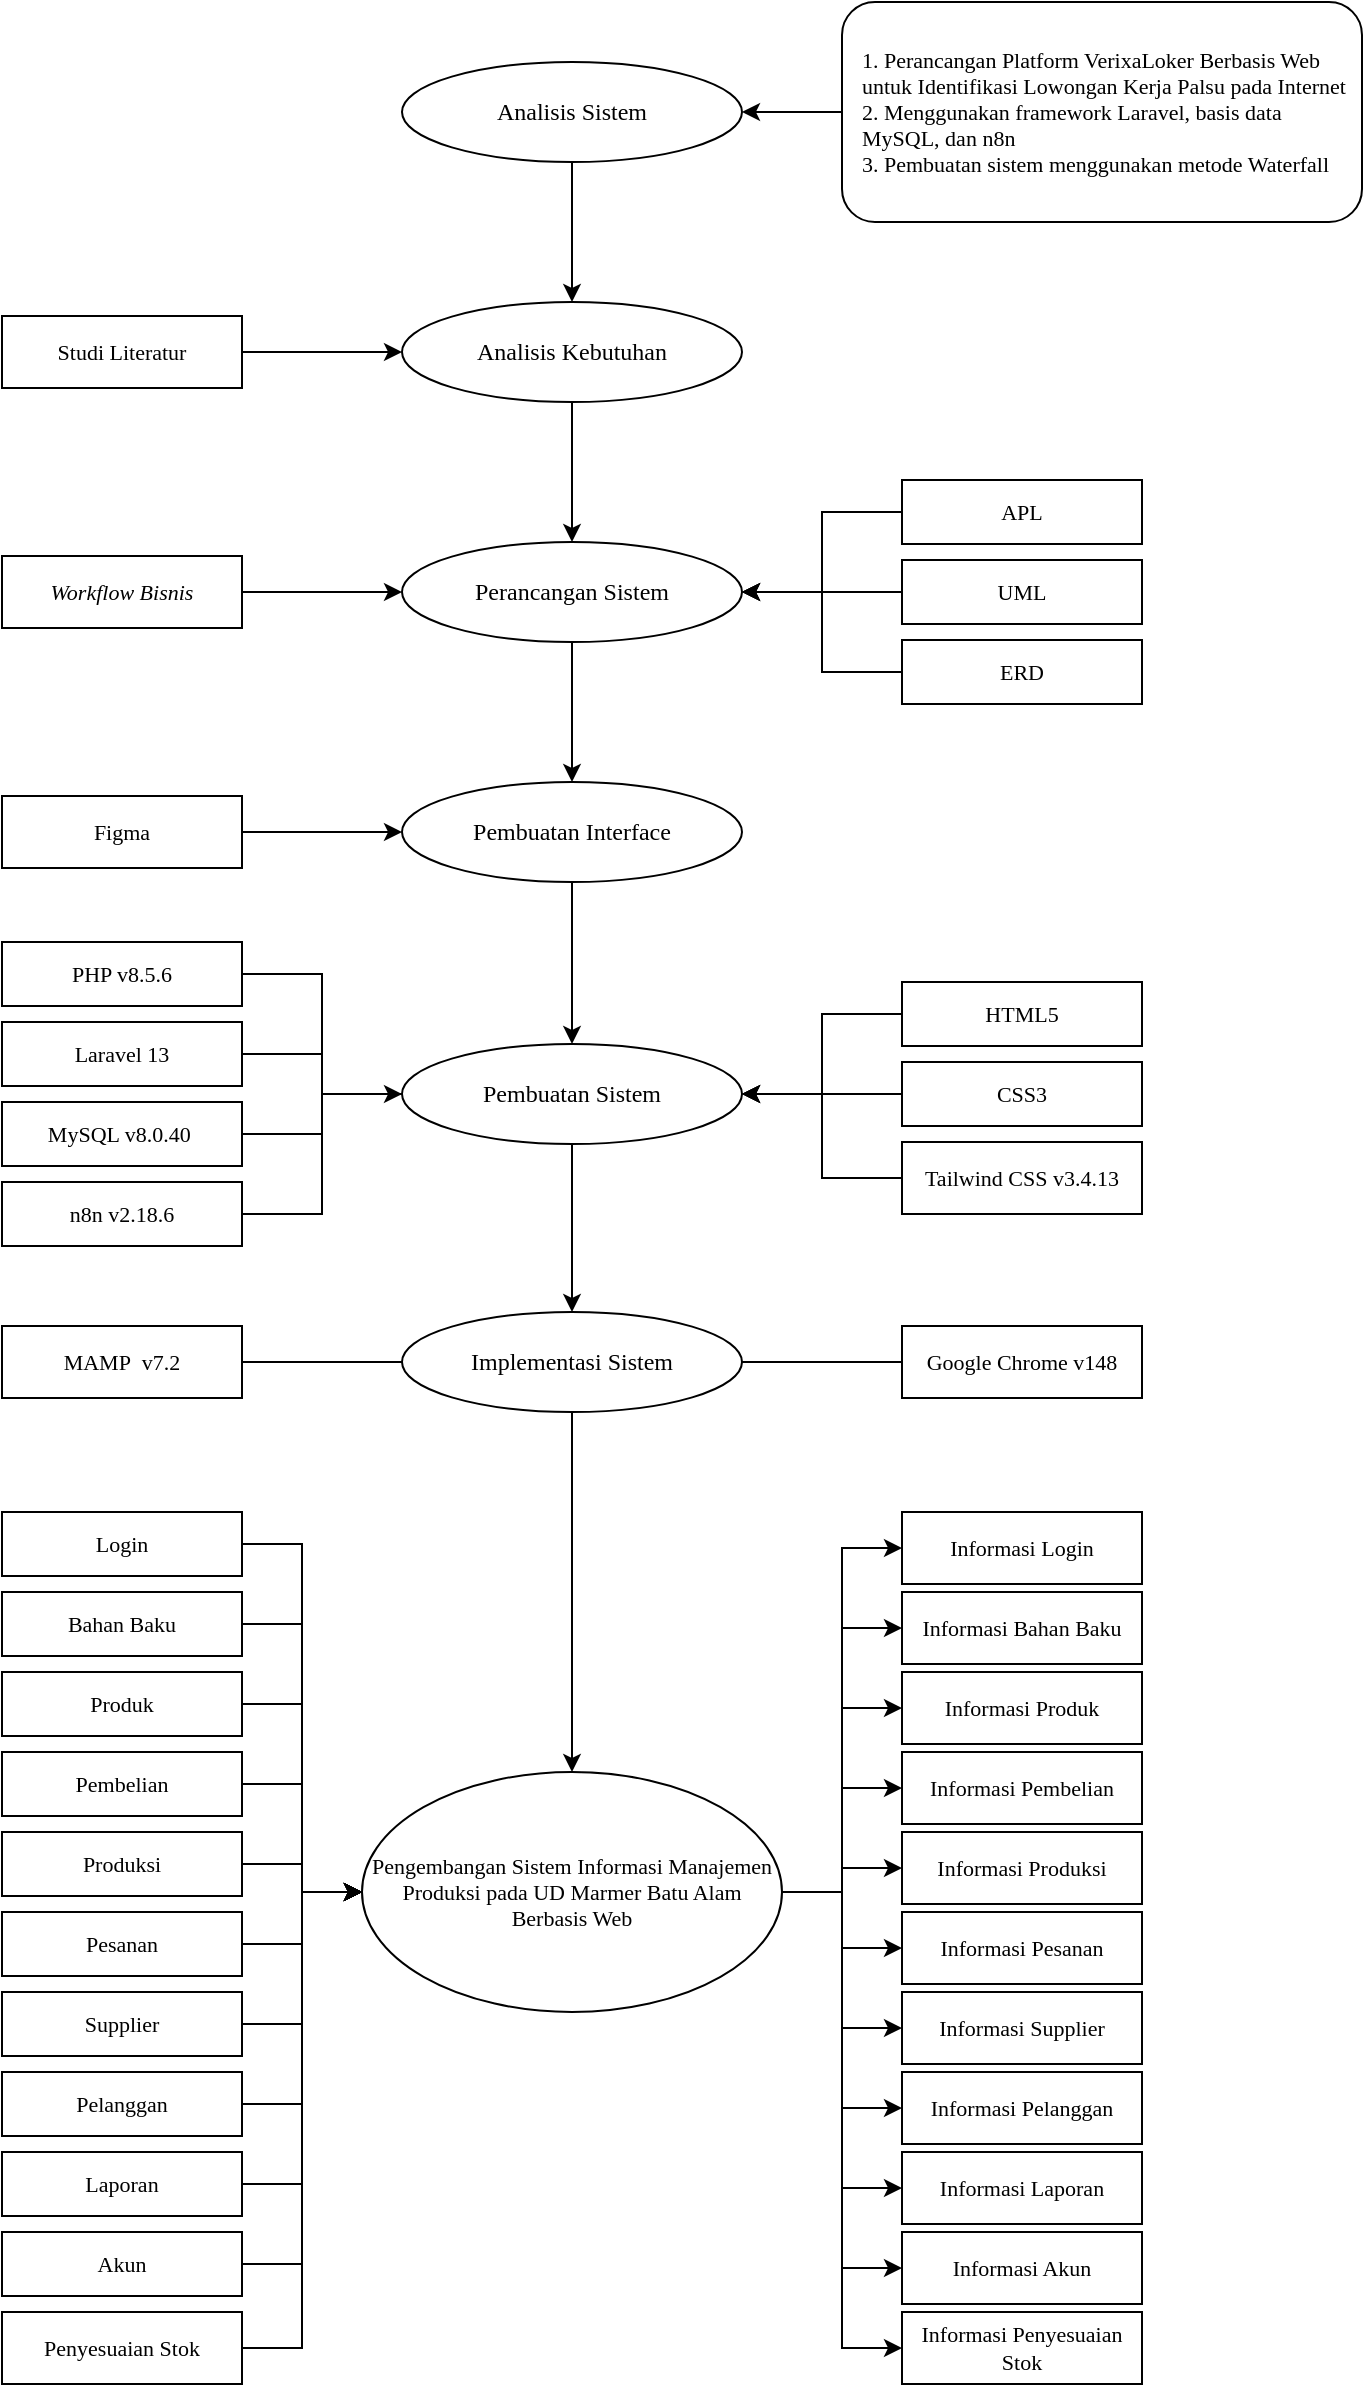
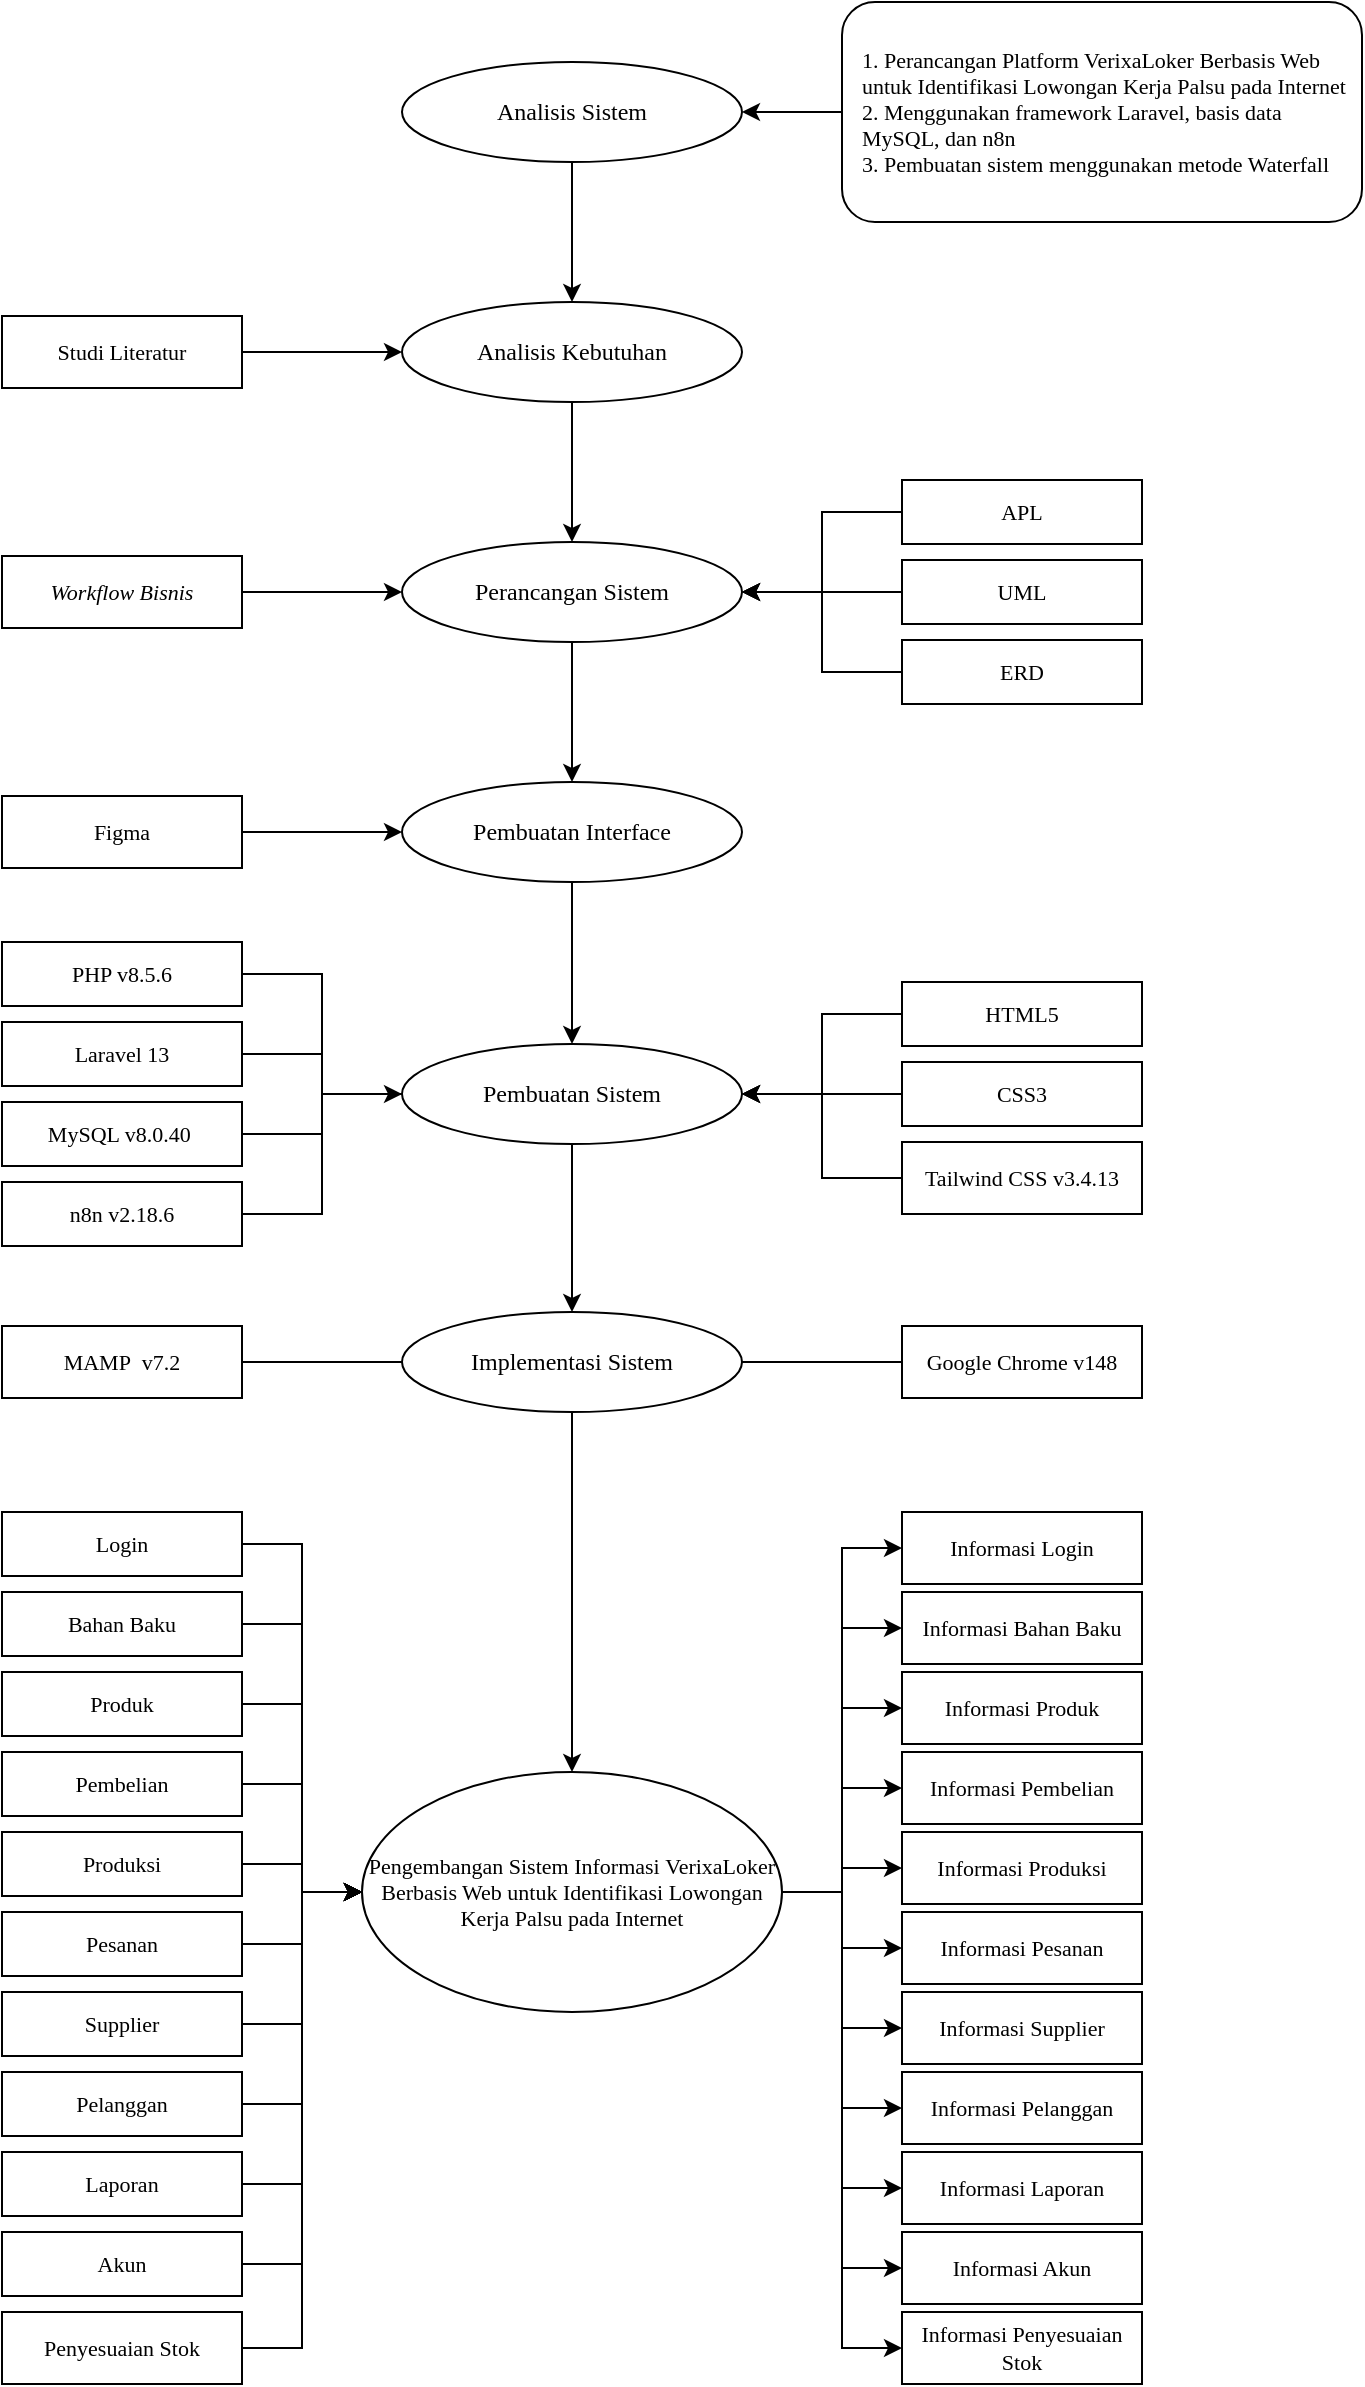
<mxfile host="app.diagrams.net">
  <diagram name="Page-1" id="yfmV3Sks-nrF4BvnnPUG">
    <mxGraphModel dx="876" dy="478" grid="1" gridSize="10" guides="1" tooltips="1" connect="1" arrows="1" fold="1" page="1" pageScale="1" pageWidth="827" pageHeight="1169" math="0" shadow="0">
      <root>
        <mxCell id="0" />
        <mxCell id="1" parent="0" />
        <mxCell id="fTyH0j3n_jQUCsVNDcWE-1" parent="1" style="ellipse;whiteSpace=wrap;html=1;fillColor=#ffffff;strokeColor=#000000;fontFamily=Times New Roman;fontSize=12;" value="Analisis Sistem" vertex="1">
          <mxGeometry height="50" width="170" x="580" y="110" as="geometry" />
        </mxCell>
        <mxCell id="fTyH0j3n_jQUCsVNDcWE-2" parent="1" style="ellipse;whiteSpace=wrap;html=1;fillColor=#ffffff;strokeColor=#000000;fontFamily=Times New Roman;fontSize=12;" value="Analisis Kebutuhan" vertex="1">
          <mxGeometry height="50" width="170" x="580" y="230" as="geometry" />
        </mxCell>
        <mxCell id="fTyH0j3n_jQUCsVNDcWE-3" parent="1" style="ellipse;whiteSpace=wrap;html=1;fillColor=#ffffff;strokeColor=#000000;fontFamily=Times New Roman;fontSize=12;" value="Perancangan Sistem" vertex="1">
          <mxGeometry height="50" width="170" x="580" y="350" as="geometry" />
        </mxCell>
        <mxCell id="fTyH0j3n_jQUCsVNDcWE-4" parent="1" style="ellipse;whiteSpace=wrap;html=1;fillColor=#ffffff;strokeColor=#000000;fontFamily=Times New Roman;fontSize=12;" value="Pembuatan Interface" vertex="1">
          <mxGeometry height="50" width="170" x="580" y="470" as="geometry" />
        </mxCell>
        <mxCell id="fTyH0j3n_jQUCsVNDcWE-5" parent="1" style="ellipse;whiteSpace=wrap;html=1;fillColor=#ffffff;strokeColor=#000000;fontFamily=Times New Roman;fontSize=12;" value="Pembuatan Sistem" vertex="1">
          <mxGeometry height="50" width="170" x="580" y="601" as="geometry" />
        </mxCell>
        <mxCell id="fTyH0j3n_jQUCsVNDcWE-6" parent="1" style="ellipse;whiteSpace=wrap;html=1;fillColor=#ffffff;strokeColor=#000000;fontFamily=Times New Roman;fontSize=12;" value="Implementasi Sistem" vertex="1">
          <mxGeometry height="50" width="170" x="580" y="735" as="geometry" />
        </mxCell>
-         <mxCell id="fTyH0j3n_jQUCsVNDcWE-7" parent="1" style="ellipse;whiteSpace=wrap;html=1;fillColor=#ffffff;strokeColor=#000000;fontFamily=Times New Roman;fontSize=11;" value="Pengembangan Sistem Informasi Manajemen Produksi pada UD Marmer Batu Alam Berbasis Web" vertex="1">
+         <mxCell id="fTyH0j3n_jQUCsVNDcWE-7" parent="1" style="ellipse;whiteSpace=wrap;html=1;fillColor=#ffffff;strokeColor=#000000;fontFamily=Times New Roman;fontSize=11;" value="Pengembangan Sistem Informasi&amp;nbsp;VerixaLoker Berbasis Web untuk Identifikasi Lowongan Kerja Palsu pada Internet" vertex="1">
          <mxGeometry height="120" width="210" x="560" y="965" as="geometry" />
        </mxCell>
        <mxCell id="fTyH0j3n_jQUCsVNDcWE-8" edge="1" parent="1" source="fTyH0j3n_jQUCsVNDcWE-1" style="endArrow=classic;html=1;rounded=0;exitX=0.5;exitY=1;entryX=0.5;entryY=0;" target="fTyH0j3n_jQUCsVNDcWE-2">
          <mxGeometry relative="1" as="geometry" />
        </mxCell>
        <mxCell id="fTyH0j3n_jQUCsVNDcWE-9" edge="1" parent="1" source="fTyH0j3n_jQUCsVNDcWE-2" style="endArrow=classic;html=1;rounded=0;exitX=0.5;exitY=1;entryX=0.5;entryY=0;" target="fTyH0j3n_jQUCsVNDcWE-3">
          <mxGeometry relative="1" as="geometry" />
        </mxCell>
        <mxCell id="fTyH0j3n_jQUCsVNDcWE-10" edge="1" parent="1" source="fTyH0j3n_jQUCsVNDcWE-3" style="endArrow=classic;html=1;rounded=0;exitX=0.5;exitY=1;entryX=0.5;entryY=0;" target="fTyH0j3n_jQUCsVNDcWE-4">
          <mxGeometry relative="1" as="geometry" />
        </mxCell>
        <mxCell id="fTyH0j3n_jQUCsVNDcWE-11" edge="1" parent="1" source="fTyH0j3n_jQUCsVNDcWE-4" style="endArrow=classic;html=1;rounded=0;exitX=0.5;exitY=1;entryX=0.5;entryY=0;" target="fTyH0j3n_jQUCsVNDcWE-5">
          <mxGeometry relative="1" as="geometry" />
        </mxCell>
        <mxCell id="fTyH0j3n_jQUCsVNDcWE-12" edge="1" parent="1" source="fTyH0j3n_jQUCsVNDcWE-5" style="endArrow=classic;html=1;rounded=0;exitX=0.5;exitY=1;entryX=0.5;entryY=0;" target="fTyH0j3n_jQUCsVNDcWE-6">
          <mxGeometry relative="1" as="geometry" />
        </mxCell>
        <mxCell id="fTyH0j3n_jQUCsVNDcWE-13" edge="1" parent="1" source="fTyH0j3n_jQUCsVNDcWE-6" style="endArrow=classic;html=1;rounded=0;exitX=0.5;exitY=1;entryX=0.5;entryY=0;" target="fTyH0j3n_jQUCsVNDcWE-7">
          <mxGeometry relative="1" as="geometry" />
        </mxCell>
        <mxCell id="fTyH0j3n_jQUCsVNDcWE-14" parent="1" style="rounded=1;whiteSpace=wrap;html=1;fillColor=#ffffff;strokeColor=#000000;fontFamily=Times New Roman;fontSize=11;align=left;verticalAlign=middle;spacingLeft=8;spacingRight=8;" value="1. Perancangan Platform VerixaLoker Berbasis Web untuk Identifikasi Lowongan Kerja Palsu pada Internet&lt;br&gt;2. Menggunakan framework Laravel, basis data MySQL, dan n8n&lt;br&gt;3. Pembuatan sistem menggunakan metode Waterfall" vertex="1">
          <mxGeometry height="110" width="260" x="800" y="80" as="geometry" />
        </mxCell>
        <mxCell id="fTyH0j3n_jQUCsVNDcWE-15" edge="1" parent="1" source="fTyH0j3n_jQUCsVNDcWE-1" style="endArrow=none;html=1;rounded=0;exitX=1;exitY=0.5;entryX=0;entryY=0.5;startArrow=classic;startFill=1;" target="fTyH0j3n_jQUCsVNDcWE-14">
          <mxGeometry relative="1" as="geometry" />
        </mxCell>
        <mxCell id="fTyH0j3n_jQUCsVNDcWE-16" parent="1" style="rounded=0;whiteSpace=wrap;html=1;fillColor=#ffffff;strokeColor=#000000;fontFamily=Times New Roman;fontSize=11;" value="Studi Literatur" vertex="1">
          <mxGeometry height="36" width="120" x="380" y="237" as="geometry" />
        </mxCell>
        <mxCell id="fTyH0j3n_jQUCsVNDcWE-19" edge="1" parent="1" source="fTyH0j3n_jQUCsVNDcWE-16" style="endArrow=classic;html=1;exitX=1;exitY=0.5;entryX=0;entryY=0.5;endFill=1;" target="fTyH0j3n_jQUCsVNDcWE-2">
          <mxGeometry relative="1" as="geometry" />
        </mxCell>
        <mxCell id="fTyH0j3n_jQUCsVNDcWE-22" parent="1" style="rounded=0;whiteSpace=wrap;html=1;fillColor=#ffffff;strokeColor=#000000;fontFamily=Times New Roman;fontSize=11;fontStyle=2" value="Workflow Bisnis" vertex="1">
          <mxGeometry height="36" width="120" x="380" y="357" as="geometry" />
        </mxCell>
        <mxCell id="fTyH0j3n_jQUCsVNDcWE-23" parent="1" style="rounded=0;whiteSpace=wrap;html=1;fillColor=#ffffff;strokeColor=#000000;fontFamily=Times New Roman;fontSize=11;" value="APL" vertex="1">
          <mxGeometry height="32" width="120" x="830" y="319" as="geometry" />
        </mxCell>
        <mxCell id="fTyH0j3n_jQUCsVNDcWE-24" parent="1" style="rounded=0;whiteSpace=wrap;html=1;fillColor=#ffffff;strokeColor=#000000;fontFamily=Times New Roman;fontSize=11;" value="UML" vertex="1">
          <mxGeometry height="32" width="120" x="830" y="359" as="geometry" />
        </mxCell>
        <mxCell id="fTyH0j3n_jQUCsVNDcWE-25" parent="1" style="rounded=0;whiteSpace=wrap;html=1;fillColor=#ffffff;strokeColor=#000000;fontFamily=Times New Roman;fontSize=11;" value="ERD" vertex="1">
          <mxGeometry height="32" width="120" x="830" y="399" as="geometry" />
        </mxCell>
        <mxCell id="fTyH0j3n_jQUCsVNDcWE-26" edge="1" parent="1" source="fTyH0j3n_jQUCsVNDcWE-22" style="endArrow=classic;html=1;exitX=1;exitY=0.5;entryX=0;entryY=0.5;endFill=1;" target="fTyH0j3n_jQUCsVNDcWE-3">
          <mxGeometry relative="1" as="geometry" />
        </mxCell>
        <mxCell id="fTyH0j3n_jQUCsVNDcWE-27" edge="1" parent="1" source="fTyH0j3n_jQUCsVNDcWE-3" style="endArrow=none;html=1;exitX=1;exitY=0.5;entryX=0;entryY=0.5;startArrow=classic;startFill=1;edgeStyle=orthogonalEdgeStyle;rounded=0;curved=0;" target="fTyH0j3n_jQUCsVNDcWE-23">
          <mxGeometry relative="1" as="geometry" />
        </mxCell>
        <mxCell id="fTyH0j3n_jQUCsVNDcWE-28" edge="1" parent="1" source="fTyH0j3n_jQUCsVNDcWE-3" style="endArrow=none;html=1;exitX=1;exitY=0.5;entryX=0;entryY=0.5;startArrow=classic;startFill=1;edgeStyle=orthogonalEdgeStyle;rounded=0;curved=0;" target="fTyH0j3n_jQUCsVNDcWE-24">
          <mxGeometry relative="1" as="geometry" />
        </mxCell>
        <mxCell id="fTyH0j3n_jQUCsVNDcWE-29" edge="1" parent="1" source="fTyH0j3n_jQUCsVNDcWE-3" style="endArrow=none;html=1;exitX=1;exitY=0.5;entryX=0;entryY=0.5;startArrow=classic;startFill=1;edgeStyle=orthogonalEdgeStyle;rounded=0;curved=0;" target="fTyH0j3n_jQUCsVNDcWE-25">
          <mxGeometry relative="1" as="geometry" />
        </mxCell>
        <mxCell id="fTyH0j3n_jQUCsVNDcWE-30" parent="1" style="rounded=0;whiteSpace=wrap;html=1;fillColor=#ffffff;strokeColor=#000000;fontFamily=Times New Roman;fontSize=11;" value="Figma" vertex="1">
          <mxGeometry height="36" width="120" x="380" y="477" as="geometry" />
        </mxCell>
        <mxCell id="fTyH0j3n_jQUCsVNDcWE-31" edge="1" parent="1" source="fTyH0j3n_jQUCsVNDcWE-30" style="endArrow=classic;html=1;exitX=1;exitY=0.5;entryX=0;entryY=0.5;endFill=1;" target="fTyH0j3n_jQUCsVNDcWE-4">
          <mxGeometry relative="1" as="geometry" />
        </mxCell>
        <mxCell id="fTyH0j3n_jQUCsVNDcWE-32" parent="1" style="rounded=0;whiteSpace=wrap;html=1;fillColor=#ffffff;strokeColor=#000000;fontFamily=Times New Roman;fontSize=11;" value="PHP v8.5.6" vertex="1">
          <mxGeometry height="32" width="120" x="380" y="550" as="geometry" />
        </mxCell>
        <mxCell id="fTyH0j3n_jQUCsVNDcWE-33" parent="1" style="rounded=0;whiteSpace=wrap;html=1;fillColor=#ffffff;strokeColor=#000000;fontFamily=Times New Roman;fontSize=11;" value="Laravel 13" vertex="1">
          <mxGeometry height="32" width="120" x="380" y="590" as="geometry" />
        </mxCell>
        <mxCell id="fTyH0j3n_jQUCsVNDcWE-34" parent="1" style="rounded=0;whiteSpace=wrap;html=1;fillColor=#ffffff;strokeColor=#000000;fontFamily=Times New Roman;fontSize=11;" value="MySQL v8.0.40&amp;nbsp;" vertex="1">
          <mxGeometry height="32" width="120" x="380" y="630" as="geometry" />
        </mxCell>
        <mxCell id="fTyH0j3n_jQUCsVNDcWE-35" parent="1" style="rounded=0;whiteSpace=wrap;html=1;fillColor=#ffffff;strokeColor=#000000;fontFamily=Times New Roman;fontSize=11;" value="HTML5" vertex="1">
          <mxGeometry height="32" width="120" x="830" y="570" as="geometry" />
        </mxCell>
        <mxCell id="fTyH0j3n_jQUCsVNDcWE-36" parent="1" style="rounded=0;whiteSpace=wrap;html=1;fillColor=#ffffff;strokeColor=#000000;fontFamily=Times New Roman;fontSize=11;" value="CSS3" vertex="1">
          <mxGeometry height="32" width="120" x="830" y="610" as="geometry" />
        </mxCell>
        <mxCell id="fTyH0j3n_jQUCsVNDcWE-37" parent="1" style="rounded=0;whiteSpace=wrap;html=1;fillColor=#ffffff;strokeColor=#000000;fontFamily=Times New Roman;fontSize=11;" value="Tailwind CSS v3.4.13" vertex="1">
          <mxGeometry height="36" width="120" x="830" y="650" as="geometry" />
        </mxCell>
        <mxCell id="fTyH0j3n_jQUCsVNDcWE-38" edge="1" parent="1" source="fTyH0j3n_jQUCsVNDcWE-32" style="endArrow=none;html=1;exitX=1;exitY=0.5;entryX=0;entryY=0.5;edgeStyle=orthogonalEdgeStyle;rounded=0;curved=0;" target="fTyH0j3n_jQUCsVNDcWE-5">
          <mxGeometry relative="1" as="geometry" />
        </mxCell>
        <mxCell id="fTyH0j3n_jQUCsVNDcWE-39" edge="1" parent="1" source="fTyH0j3n_jQUCsVNDcWE-33" style="endArrow=none;html=1;exitX=1;exitY=0.5;entryX=0;entryY=0.5;edgeStyle=orthogonalEdgeStyle;rounded=0;curved=0;" target="fTyH0j3n_jQUCsVNDcWE-5">
          <mxGeometry relative="1" as="geometry" />
        </mxCell>
        <mxCell id="fTyH0j3n_jQUCsVNDcWE-40" edge="1" parent="1" source="fTyH0j3n_jQUCsVNDcWE-34" style="endArrow=none;html=1;exitX=1;exitY=0.5;entryX=0;entryY=0.5;edgeStyle=orthogonalEdgeStyle;rounded=0;curved=0;" target="fTyH0j3n_jQUCsVNDcWE-5">
          <mxGeometry relative="1" as="geometry" />
        </mxCell>
        <mxCell id="fTyH0j3n_jQUCsVNDcWE-41" edge="1" parent="1" source="fTyH0j3n_jQUCsVNDcWE-5" style="endArrow=none;html=1;exitX=1;exitY=0.5;entryX=0;entryY=0.5;edgeStyle=orthogonalEdgeStyle;rounded=0;curved=0;startArrow=classic;startFill=1;" target="fTyH0j3n_jQUCsVNDcWE-35">
          <mxGeometry relative="1" as="geometry" />
        </mxCell>
        <mxCell id="fTyH0j3n_jQUCsVNDcWE-42" edge="1" parent="1" source="fTyH0j3n_jQUCsVNDcWE-5" style="endArrow=none;html=1;exitX=1;exitY=0.5;entryX=0;entryY=0.5;edgeStyle=orthogonalEdgeStyle;rounded=0;curved=0;startArrow=classic;startFill=1;" target="fTyH0j3n_jQUCsVNDcWE-36">
          <mxGeometry relative="1" as="geometry" />
        </mxCell>
        <mxCell id="fTyH0j3n_jQUCsVNDcWE-43" edge="1" parent="1" source="fTyH0j3n_jQUCsVNDcWE-5" style="endArrow=none;html=1;exitX=1;exitY=0.5;entryX=0;entryY=0.5;edgeStyle=orthogonalEdgeStyle;rounded=0;curved=0;startArrow=classic;startFill=1;" target="fTyH0j3n_jQUCsVNDcWE-37">
          <mxGeometry relative="1" as="geometry" />
        </mxCell>
        <mxCell id="fTyH0j3n_jQUCsVNDcWE-44" parent="1" style="rounded=0;whiteSpace=wrap;html=1;fillColor=#ffffff;strokeColor=#000000;fontFamily=Times New Roman;fontSize=11;" value="MAMP&amp;nbsp; v7.2" vertex="1">
          <mxGeometry height="36" width="120" x="380" y="742" as="geometry" />
        </mxCell>
        <mxCell id="fTyH0j3n_jQUCsVNDcWE-45" parent="1" style="rounded=0;whiteSpace=wrap;html=1;fillColor=#ffffff;strokeColor=#000000;fontFamily=Times New Roman;fontSize=11;" value="Google Chrome v148" vertex="1">
          <mxGeometry height="36" width="120" x="830" y="742" as="geometry" />
        </mxCell>
        <mxCell id="fTyH0j3n_jQUCsVNDcWE-46" edge="1" parent="1" source="fTyH0j3n_jQUCsVNDcWE-44" style="endArrow=none;html=1;exitX=1;exitY=0.5;entryX=0;entryY=0.5;" target="fTyH0j3n_jQUCsVNDcWE-6">
          <mxGeometry relative="1" as="geometry" />
        </mxCell>
        <mxCell id="fTyH0j3n_jQUCsVNDcWE-47" edge="1" parent="1" source="fTyH0j3n_jQUCsVNDcWE-6" style="endArrow=none;html=1;exitX=1;exitY=0.5;entryX=0;entryY=0.5;" target="fTyH0j3n_jQUCsVNDcWE-45">
          <mxGeometry relative="1" as="geometry" />
        </mxCell>
        <mxCell id="fTyH0j3n_jQUCsVNDcWE-48" parent="1" style="rounded=0;whiteSpace=wrap;html=1;fillColor=#ffffff;strokeColor=#000000;fontFamily=Times New Roman;fontSize=11;" value="Login" vertex="1">
          <mxGeometry height="32" width="120" x="380" y="835" as="geometry" />
        </mxCell>
        <mxCell id="fTyH0j3n_jQUCsVNDcWE-49" parent="1" style="rounded=0;whiteSpace=wrap;html=1;fillColor=#ffffff;strokeColor=#000000;fontFamily=Times New Roman;fontSize=11;" value="Bahan Baku" vertex="1">
          <mxGeometry height="32" width="120" x="380" y="875" as="geometry" />
        </mxCell>
        <mxCell id="fTyH0j3n_jQUCsVNDcWE-50" parent="1" style="rounded=0;whiteSpace=wrap;html=1;fillColor=#ffffff;strokeColor=#000000;fontFamily=Times New Roman;fontSize=11;" value="Produk" vertex="1">
          <mxGeometry height="32" width="120" x="380" y="915" as="geometry" />
        </mxCell>
        <mxCell id="fTyH0j3n_jQUCsVNDcWE-51" parent="1" style="rounded=0;whiteSpace=wrap;html=1;fillColor=#ffffff;strokeColor=#000000;fontFamily=Times New Roman;fontSize=11;" value="Pembelian" vertex="1">
          <mxGeometry height="32" width="120" x="380" y="955" as="geometry" />
        </mxCell>
        <mxCell id="fTyH0j3n_jQUCsVNDcWE-52" parent="1" style="rounded=0;whiteSpace=wrap;html=1;fillColor=#ffffff;strokeColor=#000000;fontFamily=Times New Roman;fontSize=11;" value="Produksi" vertex="1">
          <mxGeometry height="32" width="120" x="380" y="995" as="geometry" />
        </mxCell>
        <mxCell id="fTyH0j3n_jQUCsVNDcWE-53" parent="1" style="rounded=0;whiteSpace=wrap;html=1;fillColor=#ffffff;strokeColor=#000000;fontFamily=Times New Roman;fontSize=11;" value="Pesanan" vertex="1">
          <mxGeometry height="32" width="120" x="380" y="1035" as="geometry" />
        </mxCell>
        <mxCell id="fTyH0j3n_jQUCsVNDcWE-54" parent="1" style="rounded=0;whiteSpace=wrap;html=1;fillColor=#ffffff;strokeColor=#000000;fontFamily=Times New Roman;fontSize=11;" value="Supplier" vertex="1">
          <mxGeometry height="32" width="120" x="380" y="1075" as="geometry" />
        </mxCell>
        <mxCell id="fTyH0j3n_jQUCsVNDcWE-55" parent="1" style="rounded=0;whiteSpace=wrap;html=1;fillColor=#ffffff;strokeColor=#000000;fontFamily=Times New Roman;fontSize=11;" value="Pelanggan" vertex="1">
          <mxGeometry height="32" width="120" x="380" y="1115" as="geometry" />
        </mxCell>
        <mxCell id="fTyH0j3n_jQUCsVNDcWE-56" parent="1" style="rounded=0;whiteSpace=wrap;html=1;fillColor=#ffffff;strokeColor=#000000;fontFamily=Times New Roman;fontSize=11;" value="Laporan" vertex="1">
          <mxGeometry height="32" width="120" x="380" y="1155" as="geometry" />
        </mxCell>
        <mxCell id="fTyH0j3n_jQUCsVNDcWE-57" parent="1" style="rounded=0;whiteSpace=wrap;html=1;fillColor=#ffffff;strokeColor=#000000;fontFamily=Times New Roman;fontSize=11;" value="Akun" vertex="1">
          <mxGeometry height="32" width="120" x="380" y="1195" as="geometry" />
        </mxCell>
        <mxCell id="fTyH0j3n_jQUCsVNDcWE-58" parent="1" style="rounded=0;whiteSpace=wrap;html=1;fillColor=#ffffff;strokeColor=#000000;fontFamily=Times New Roman;fontSize=11;" value="Penyesuaian Stok" vertex="1">
          <mxGeometry height="36" width="120" x="380" y="1235" as="geometry" />
        </mxCell>
        <mxCell id="fTyH0j3n_jQUCsVNDcWE-59" edge="1" parent="1" source="fTyH0j3n_jQUCsVNDcWE-48" style="endArrow=classic;html=1;exitX=1;exitY=0.5;entryX=0;entryY=0.5;edgeStyle=orthogonalEdgeStyle;rounded=0;curved=0;endFill=1;" target="fTyH0j3n_jQUCsVNDcWE-7">
          <mxGeometry relative="1" as="geometry" />
        </mxCell>
        <mxCell id="fTyH0j3n_jQUCsVNDcWE-60" edge="1" parent="1" source="fTyH0j3n_jQUCsVNDcWE-49" style="endArrow=classic;html=1;exitX=1;exitY=0.5;entryX=0;entryY=0.5;edgeStyle=orthogonalEdgeStyle;rounded=0;curved=0;endFill=1;" target="fTyH0j3n_jQUCsVNDcWE-7">
          <mxGeometry relative="1" as="geometry" />
        </mxCell>
        <mxCell id="fTyH0j3n_jQUCsVNDcWE-61" edge="1" parent="1" source="fTyH0j3n_jQUCsVNDcWE-50" style="endArrow=classic;html=1;exitX=1;exitY=0.5;entryX=0;entryY=0.5;edgeStyle=orthogonalEdgeStyle;rounded=0;curved=0;endFill=1;" target="fTyH0j3n_jQUCsVNDcWE-7">
          <mxGeometry relative="1" as="geometry" />
        </mxCell>
        <mxCell id="fTyH0j3n_jQUCsVNDcWE-62" edge="1" parent="1" source="fTyH0j3n_jQUCsVNDcWE-51" style="endArrow=none;html=1;exitX=1;exitY=0.5;entryX=0;entryY=0.5;edgeStyle=orthogonalEdgeStyle;rounded=0;curved=0;" target="fTyH0j3n_jQUCsVNDcWE-7">
          <mxGeometry relative="1" as="geometry" />
        </mxCell>
        <mxCell id="fTyH0j3n_jQUCsVNDcWE-63" edge="1" parent="1" source="fTyH0j3n_jQUCsVNDcWE-52" style="endArrow=classic;html=1;exitX=1;exitY=0.5;entryX=0;entryY=0.5;edgeStyle=orthogonalEdgeStyle;rounded=0;curved=0;endFill=1;" target="fTyH0j3n_jQUCsVNDcWE-7">
          <mxGeometry relative="1" as="geometry" />
        </mxCell>
        <mxCell id="fTyH0j3n_jQUCsVNDcWE-64" edge="1" parent="1" source="fTyH0j3n_jQUCsVNDcWE-53" style="endArrow=classic;html=1;exitX=1;exitY=0.5;entryX=0;entryY=0.5;edgeStyle=orthogonalEdgeStyle;rounded=0;curved=0;endFill=1;" target="fTyH0j3n_jQUCsVNDcWE-7">
          <mxGeometry relative="1" as="geometry" />
        </mxCell>
        <mxCell id="fTyH0j3n_jQUCsVNDcWE-65" edge="1" parent="1" source="fTyH0j3n_jQUCsVNDcWE-54" style="endArrow=classic;html=1;exitX=1;exitY=0.5;entryX=0;entryY=0.5;edgeStyle=orthogonalEdgeStyle;rounded=0;curved=0;endFill=1;" target="fTyH0j3n_jQUCsVNDcWE-7">
          <mxGeometry relative="1" as="geometry" />
        </mxCell>
        <mxCell id="fTyH0j3n_jQUCsVNDcWE-66" edge="1" parent="1" source="fTyH0j3n_jQUCsVNDcWE-55" style="endArrow=classic;html=1;exitX=1;exitY=0.5;entryX=0;entryY=0.5;edgeStyle=orthogonalEdgeStyle;rounded=0;curved=0;endFill=1;" target="fTyH0j3n_jQUCsVNDcWE-7">
          <mxGeometry relative="1" as="geometry" />
        </mxCell>
        <mxCell id="fTyH0j3n_jQUCsVNDcWE-67" edge="1" parent="1" source="fTyH0j3n_jQUCsVNDcWE-56" style="endArrow=classic;html=1;exitX=1;exitY=0.5;entryX=0;entryY=0.5;edgeStyle=orthogonalEdgeStyle;rounded=0;curved=0;endFill=1;" target="fTyH0j3n_jQUCsVNDcWE-7">
          <mxGeometry relative="1" as="geometry" />
        </mxCell>
        <mxCell id="fTyH0j3n_jQUCsVNDcWE-68" edge="1" parent="1" source="fTyH0j3n_jQUCsVNDcWE-57" style="endArrow=classic;html=1;exitX=1;exitY=0.5;entryX=0;entryY=0.5;edgeStyle=orthogonalEdgeStyle;rounded=0;curved=0;endFill=1;" target="fTyH0j3n_jQUCsVNDcWE-7">
          <mxGeometry relative="1" as="geometry" />
        </mxCell>
        <mxCell id="fTyH0j3n_jQUCsVNDcWE-69" edge="1" parent="1" source="fTyH0j3n_jQUCsVNDcWE-58" style="endArrow=classic;html=1;exitX=1;exitY=0.5;entryX=0;entryY=0.5;edgeStyle=orthogonalEdgeStyle;rounded=0;curved=0;endFill=1;" target="fTyH0j3n_jQUCsVNDcWE-7">
          <mxGeometry relative="1" as="geometry" />
        </mxCell>
        <mxCell id="fTyH0j3n_jQUCsVNDcWE-70" parent="1" style="rounded=0;whiteSpace=wrap;html=1;fillColor=#ffffff;strokeColor=#000000;fontFamily=Times New Roman;fontSize=11;" value="Informasi Login" vertex="1">
          <mxGeometry height="36" width="120" x="830" y="835" as="geometry" />
        </mxCell>
        <mxCell id="fTyH0j3n_jQUCsVNDcWE-71" parent="1" style="rounded=0;whiteSpace=wrap;html=1;fillColor=#ffffff;strokeColor=#000000;fontFamily=Times New Roman;fontSize=11;" value="Informasi Bahan Baku" vertex="1">
          <mxGeometry height="36" width="120" x="830" y="875" as="geometry" />
        </mxCell>
        <mxCell id="fTyH0j3n_jQUCsVNDcWE-72" parent="1" style="rounded=0;whiteSpace=wrap;html=1;fillColor=#ffffff;strokeColor=#000000;fontFamily=Times New Roman;fontSize=11;" value="Informasi Produk" vertex="1">
          <mxGeometry height="36" width="120" x="830" y="915" as="geometry" />
        </mxCell>
        <mxCell id="fTyH0j3n_jQUCsVNDcWE-73" parent="1" style="rounded=0;whiteSpace=wrap;html=1;fillColor=#ffffff;strokeColor=#000000;fontFamily=Times New Roman;fontSize=11;" value="Informasi Pembelian" vertex="1">
          <mxGeometry height="36" width="120" x="830" y="955" as="geometry" />
        </mxCell>
        <mxCell id="fTyH0j3n_jQUCsVNDcWE-74" parent="1" style="rounded=0;whiteSpace=wrap;html=1;fillColor=#ffffff;strokeColor=#000000;fontFamily=Times New Roman;fontSize=11;" value="Informasi Produksi" vertex="1">
          <mxGeometry height="36" width="120" x="830" y="995" as="geometry" />
        </mxCell>
        <mxCell id="fTyH0j3n_jQUCsVNDcWE-75" parent="1" style="rounded=0;whiteSpace=wrap;html=1;fillColor=#ffffff;strokeColor=#000000;fontFamily=Times New Roman;fontSize=11;" value="Informasi Pesanan" vertex="1">
          <mxGeometry height="36" width="120" x="830" y="1035" as="geometry" />
        </mxCell>
        <mxCell id="fTyH0j3n_jQUCsVNDcWE-76" parent="1" style="rounded=0;whiteSpace=wrap;html=1;fillColor=#ffffff;strokeColor=#000000;fontFamily=Times New Roman;fontSize=11;" value="Informasi Supplier" vertex="1">
          <mxGeometry height="36" width="120" x="830" y="1075" as="geometry" />
        </mxCell>
        <mxCell id="fTyH0j3n_jQUCsVNDcWE-77" parent="1" style="rounded=0;whiteSpace=wrap;html=1;fillColor=#ffffff;strokeColor=#000000;fontFamily=Times New Roman;fontSize=11;" value="Informasi Pelanggan" vertex="1">
          <mxGeometry height="36" width="120" x="830" y="1115" as="geometry" />
        </mxCell>
        <mxCell id="fTyH0j3n_jQUCsVNDcWE-78" parent="1" style="rounded=0;whiteSpace=wrap;html=1;fillColor=#ffffff;strokeColor=#000000;fontFamily=Times New Roman;fontSize=11;" value="Informasi Laporan" vertex="1">
          <mxGeometry height="36" width="120" x="830" y="1155" as="geometry" />
        </mxCell>
        <mxCell id="fTyH0j3n_jQUCsVNDcWE-79" parent="1" style="rounded=0;whiteSpace=wrap;html=1;fillColor=#ffffff;strokeColor=#000000;fontFamily=Times New Roman;fontSize=11;" value="Informasi Akun" vertex="1">
          <mxGeometry height="36" width="120" x="830" y="1195" as="geometry" />
        </mxCell>
        <mxCell id="fTyH0j3n_jQUCsVNDcWE-80" parent="1" style="rounded=0;whiteSpace=wrap;html=1;fillColor=#ffffff;strokeColor=#000000;fontFamily=Times New Roman;fontSize=11;" value="Informasi Penyesuaian Stok" vertex="1">
          <mxGeometry height="36" width="120" x="830" y="1235" as="geometry" />
        </mxCell>
        <mxCell id="fTyH0j3n_jQUCsVNDcWE-81" edge="1" parent="1" source="fTyH0j3n_jQUCsVNDcWE-7" style="endArrow=classic;html=1;exitX=1;exitY=0.5;entryX=0;entryY=0.5;rounded=0;edgeStyle=orthogonalEdgeStyle;endFill=1;" target="fTyH0j3n_jQUCsVNDcWE-70">
          <mxGeometry relative="1" as="geometry" />
        </mxCell>
        <mxCell id="fTyH0j3n_jQUCsVNDcWE-82" edge="1" parent="1" source="fTyH0j3n_jQUCsVNDcWE-7" style="endArrow=classic;html=1;exitX=1;exitY=0.5;entryX=0;entryY=0.5;rounded=0;edgeStyle=orthogonalEdgeStyle;endFill=1;" target="fTyH0j3n_jQUCsVNDcWE-71">
          <mxGeometry relative="1" as="geometry" />
        </mxCell>
        <mxCell id="fTyH0j3n_jQUCsVNDcWE-83" edge="1" parent="1" source="fTyH0j3n_jQUCsVNDcWE-7" style="endArrow=classic;html=1;exitX=1;exitY=0.5;entryX=0;entryY=0.5;rounded=0;edgeStyle=orthogonalEdgeStyle;endFill=1;" target="fTyH0j3n_jQUCsVNDcWE-72">
          <mxGeometry relative="1" as="geometry" />
        </mxCell>
        <mxCell id="fTyH0j3n_jQUCsVNDcWE-84" edge="1" parent="1" source="fTyH0j3n_jQUCsVNDcWE-7" style="endArrow=classic;html=1;exitX=1;exitY=0.5;entryX=0;entryY=0.5;rounded=0;edgeStyle=orthogonalEdgeStyle;endFill=1;" target="fTyH0j3n_jQUCsVNDcWE-73">
          <mxGeometry relative="1" as="geometry" />
        </mxCell>
        <mxCell id="fTyH0j3n_jQUCsVNDcWE-85" edge="1" parent="1" source="fTyH0j3n_jQUCsVNDcWE-7" style="endArrow=classic;html=1;exitX=1;exitY=0.5;entryX=0;entryY=0.5;rounded=0;edgeStyle=orthogonalEdgeStyle;endFill=1;" target="fTyH0j3n_jQUCsVNDcWE-74">
          <mxGeometry relative="1" as="geometry" />
        </mxCell>
        <mxCell id="fTyH0j3n_jQUCsVNDcWE-86" edge="1" parent="1" source="fTyH0j3n_jQUCsVNDcWE-7" style="endArrow=classic;html=1;exitX=1;exitY=0.5;entryX=0;entryY=0.5;rounded=0;edgeStyle=orthogonalEdgeStyle;endFill=1;" target="fTyH0j3n_jQUCsVNDcWE-75">
          <mxGeometry relative="1" as="geometry" />
        </mxCell>
        <mxCell id="fTyH0j3n_jQUCsVNDcWE-87" edge="1" parent="1" source="fTyH0j3n_jQUCsVNDcWE-7" style="endArrow=classic;html=1;exitX=1;exitY=0.5;entryX=0;entryY=0.5;rounded=0;edgeStyle=orthogonalEdgeStyle;endFill=1;" target="fTyH0j3n_jQUCsVNDcWE-76">
          <mxGeometry relative="1" as="geometry" />
        </mxCell>
        <mxCell id="fTyH0j3n_jQUCsVNDcWE-88" edge="1" parent="1" source="fTyH0j3n_jQUCsVNDcWE-7" style="endArrow=classic;html=1;exitX=1;exitY=0.5;entryX=0;entryY=0.5;rounded=0;edgeStyle=orthogonalEdgeStyle;endFill=1;" target="fTyH0j3n_jQUCsVNDcWE-77">
          <mxGeometry relative="1" as="geometry" />
        </mxCell>
        <mxCell id="fTyH0j3n_jQUCsVNDcWE-89" edge="1" parent="1" source="fTyH0j3n_jQUCsVNDcWE-7" style="endArrow=classic;html=1;exitX=1;exitY=0.5;entryX=0;entryY=0.5;rounded=0;edgeStyle=orthogonalEdgeStyle;endFill=1;" target="fTyH0j3n_jQUCsVNDcWE-78">
          <mxGeometry relative="1" as="geometry" />
        </mxCell>
        <mxCell id="fTyH0j3n_jQUCsVNDcWE-90" edge="1" parent="1" source="fTyH0j3n_jQUCsVNDcWE-7" style="endArrow=classic;html=1;exitX=1;exitY=0.5;entryX=0;entryY=0.5;rounded=0;edgeStyle=orthogonalEdgeStyle;endFill=1;" target="fTyH0j3n_jQUCsVNDcWE-79">
          <mxGeometry relative="1" as="geometry" />
        </mxCell>
        <mxCell id="fTyH0j3n_jQUCsVNDcWE-91" edge="1" parent="1" source="fTyH0j3n_jQUCsVNDcWE-7" style="endArrow=classic;html=1;exitX=1;exitY=0.5;entryX=0;entryY=0.5;rounded=0;edgeStyle=orthogonalEdgeStyle;endFill=1;" target="fTyH0j3n_jQUCsVNDcWE-80">
          <mxGeometry relative="1" as="geometry" />
        </mxCell>
        <mxCell id="N9CpWy_333Ilmsceh_oc-2" edge="1" parent="1" source="N9CpWy_333Ilmsceh_oc-1" style="edgeStyle=orthogonalEdgeStyle;rounded=0;orthogonalLoop=1;jettySize=auto;html=1;exitX=1;exitY=0.5;exitDx=0;exitDy=0;entryX=0;entryY=0.5;entryDx=0;entryDy=0;" target="fTyH0j3n_jQUCsVNDcWE-5">
          <mxGeometry relative="1" as="geometry" />
        </mxCell>
        <mxCell id="N9CpWy_333Ilmsceh_oc-1" parent="1" style="rounded=0;whiteSpace=wrap;html=1;fillColor=#ffffff;strokeColor=#000000;fontFamily=Times New Roman;fontSize=11;" value="n8n v2.18.6" vertex="1">
          <mxGeometry height="32" width="120" x="380" y="670" as="geometry" />
        </mxCell>
      </root>
    </mxGraphModel>
  </diagram>
</mxfile>
